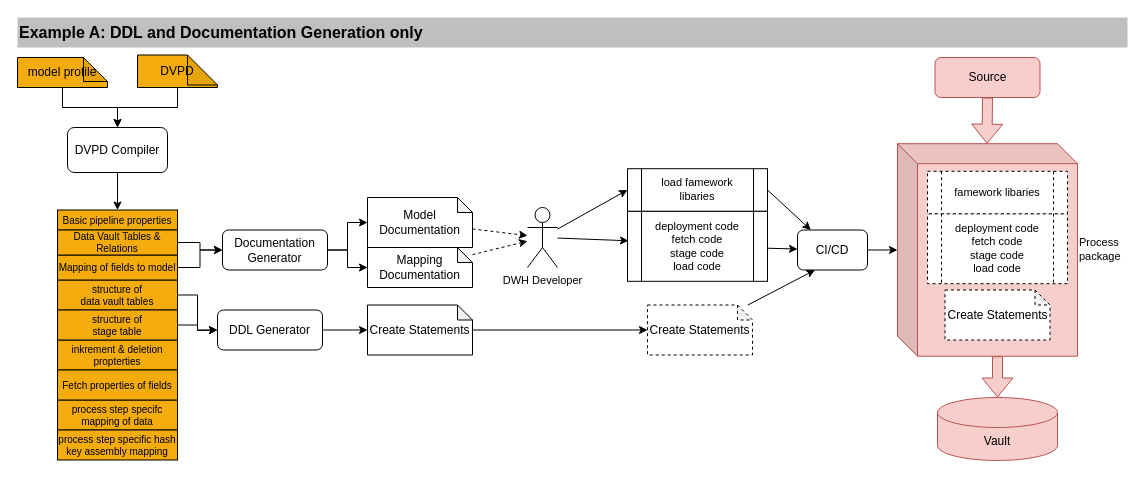
This is documentation/images/dvdp_based_processing_example_workflow_a.drawio from cimt-ag/data_vault_pipelinedescription, a draw.io file, before an edit. Source tidied: cells renumbered, new cells numbered last; positions are measured from the earlier drawing's top-left corner, leaving out a move shared by most shapes. Both pictures are drawn from the tidied source at 100%, with x=0, y=0 at pixel (17, 17).
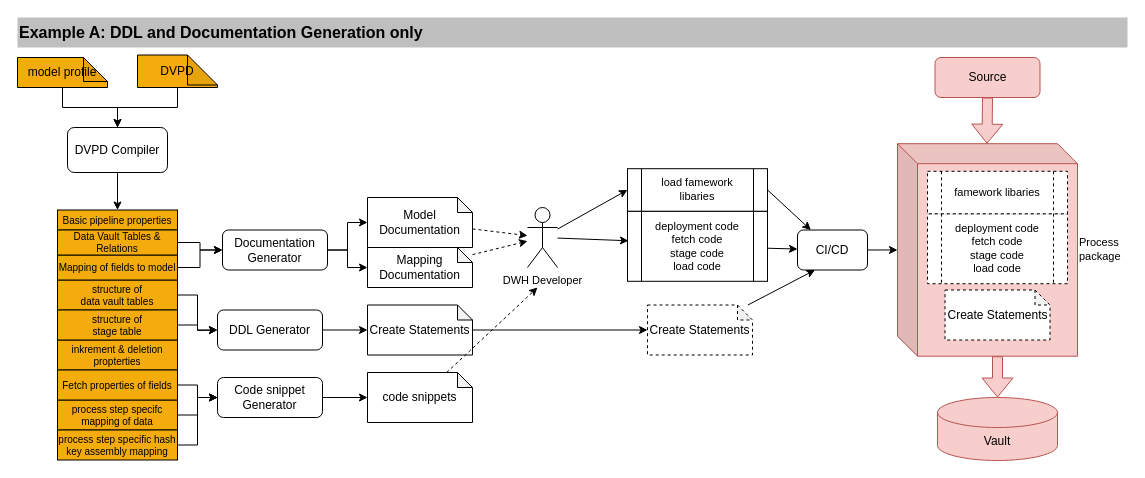
The same page after the edit.

The change refers to these unchanged cells:
```xml
<mxCell id="18" value="process step specifc mapping of data" style="rounded=0;whiteSpace=wrap;html=1;fillColor=#F3AC0C;gradientColor=none;fontSize=10;" parent="1" vertex="1">
  <mxGeometry x="40" y="382.5" width="120" height="30" as="geometry" />
</mxCell>
<mxCell id="19" value="Fetch properties of fields" style="rounded=0;whiteSpace=wrap;html=1;fillColor=#F3AC0C;gradientColor=none;fontSize=10;" parent="1" vertex="1">
  <mxGeometry x="40" y="352.5" width="120" height="30" as="geometry" />
</mxCell>
<mxCell id="20" value="process step specific hash key assembly mapping" style="rounded=0;whiteSpace=wrap;html=1;fillColor=#F3AC0C;gradientColor=none;fontSize=10;" parent="1" vertex="1">
  <mxGeometry x="40" y="412.5" width="120" height="30" as="geometry" />
</mxCell>
```

The edit, as a diff of the source:
```diff
@@
+    <mxCell id="52" style="edgeStyle=orthogonalEdgeStyle;shape=connector;rounded=0;jettySize=auto;html=1;entryX=0;entryY=0.5;entryDx=0;entryDy=0;labelBackgroundColor=default;strokeColor=default;fontFamily=Helvetica;fontSize=11;fontColor=default;endArrow=classic;" parent="1" edge="1" source="18" target="56">
+      <mxGeometry relative="1" as="geometry" />
+    </mxCell>
@@
+    <mxCell id="53" style="edgeStyle=orthogonalEdgeStyle;shape=connector;rounded=0;jettySize=auto;html=1;entryX=0;entryY=0.5;entryDx=0;entryDy=0;labelBackgroundColor=default;strokeColor=default;fontFamily=Helvetica;fontSize=11;fontColor=default;endArrow=classic;" parent="1" edge="1" source="19" target="56">
+      <mxGeometry relative="1" as="geometry" />
+    </mxCell>
@@
+    <mxCell id="54" style="edgeStyle=orthogonalEdgeStyle;shape=connector;rounded=0;jettySize=auto;html=1;entryX=0;entryY=0.5;entryDx=0;entryDy=0;labelBackgroundColor=default;strokeColor=default;fontFamily=Helvetica;fontSize=11;fontColor=default;endArrow=classic;" parent="1" edge="1" source="20" target="56">
+      <mxGeometry relative="1" as="geometry" />
+    </mxCell>
@@
+    <mxCell id="55" style="edgeStyle=orthogonalEdgeStyle;shape=connector;rounded=0;jettySize=auto;html=1;labelBackgroundColor=default;strokeColor=default;fontFamily=Helvetica;fontSize=11;fontColor=default;endArrow=classic;" parent="1" edge="1" source="56" target="58">
+      <mxGeometry relative="1" as="geometry" />
+    </mxCell>
+    <mxCell id="56" value="Code snippet Generator" style="rounded=1;whiteSpace=wrap;html=1;" parent="1" vertex="1">
+      <mxGeometry x="200" y="360" width="105" height="40" as="geometry" />
+    </mxCell>
+    <mxCell id="57" style="edgeStyle=none;shape=connector;rounded=0;jettySize=auto;html=1;dashed=1;labelBackgroundColor=default;strokeColor=default;fontFamily=Helvetica;fontSize=11;fontColor=default;endArrow=classic;" parent="1" edge="1" source="58">
+      <mxGeometry relative="1" as="geometry">
+        <mxPoint x="520" y="270" as="targetPoint" />
+      </mxGeometry>
+    </mxCell>
+    <mxCell id="58" value="code snippets" style="shape=note;whiteSpace=wrap;html=1;backgroundOutline=1;darkOpacity=0.05;size=15;" parent="1" vertex="1">
+      <mxGeometry x="350" y="355" width="105" height="50" as="geometry" />
+    </mxCell>
```
